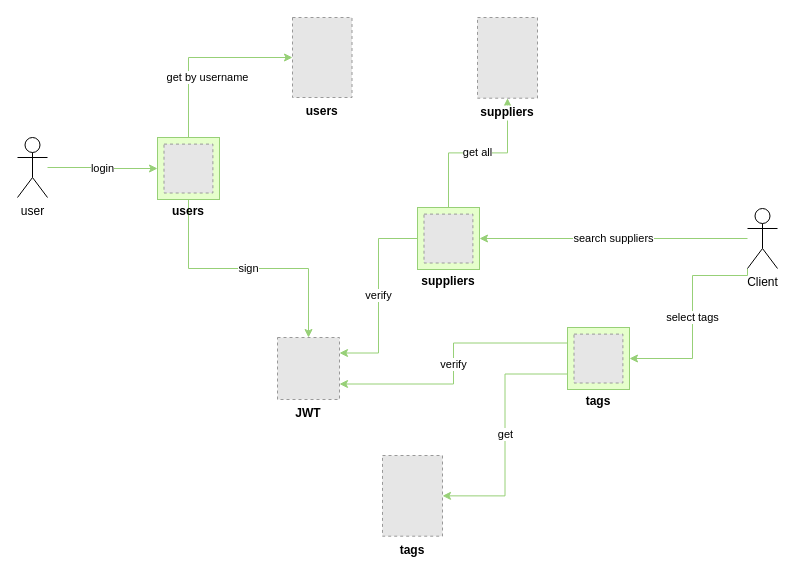
Arsilva91/nodejs_trabalho_final_puc keeps this draw.io diagram as doc/aquitetura_node_js.drawio. Above is the earlier version. Source tidied: cells renumbered, new cells numbered last; positions are measured from the earlier drawing's top-left corner, leaving out a move shared by most shapes. Both pictures are drawn from the tidied source at 100%, with x=0, y=0 at pixel (17, 17). Pictures stored in the file or linked from it are replaced by grey dashed boxes.
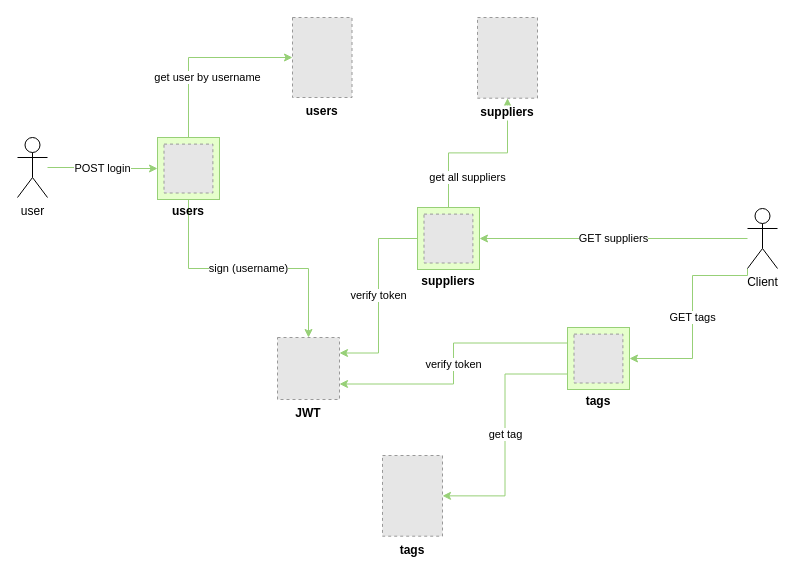
The same page after the edit.

Commit message (it also covers changes not shown here):
atualização no diagrama de arquitetura

Unchanged cells that the change refers to:
```xml
<mxCell id="3" value="user" style="shape=umlActor;verticalLabelPosition=bottom;verticalAlign=top;html=1;" parent="1" vertex="1">
  <mxGeometry y="120" width="30" height="60" as="geometry" />
</mxCell>
<mxCell id="4" value="JWT" style="fillColor=#E6E6E6;strokeColor=#999999;dashed=1;verticalLabelPosition=bottom;labelBackgroundColor=default;verticalAlign=top;fontStyle=1;" parent="1" vertex="1">
  <mxGeometry x="260" y="320" width="62" height="62" as="geometry" />
</mxCell>
<mxCell id="11" value="Client" style="shape=umlActor;verticalLabelPosition=bottom;verticalAlign=top;html=1;" parent="1" vertex="1">
  <mxGeometry x="730" y="191" width="30" height="60" as="geometry" />
</mxCell>
<mxCell id="14" value="users" style="fillColor=#E6E6E6;strokeColor=#999999;dashed=1;verticalLabelPosition=bottom;labelBackgroundColor=default;verticalAlign=top;fontStyle=1;" parent="1" vertex="1">
  <mxGeometry x="275" width="59.5" height="80" as="geometry" />
</mxCell>
<mxCell id="15" value="suppliers" style="fillColor=#E6E6E6;strokeColor=#999999;dashed=1;verticalLabelPosition=bottom;labelBackgroundColor=default;verticalAlign=top;fontStyle=1;" parent="1" vertex="1">
  <mxGeometry x="460" width="60" height="80.7" as="geometry" />
</mxCell>
<mxCell id="16" value="tags" style="fillColor=#E6E6E6;strokeColor=#999999;dashed=1;verticalLabelPosition=bottom;labelBackgroundColor=default;verticalAlign=top;fontStyle=1;" parent="1" vertex="1">
  <mxGeometry x="365" y="438" width="60" height="80.7" as="geometry" />
</mxCell>
<mxCell id="18" value="suppliers" style="whiteSpace=wrap;html=1;strokeWidth=1;fillColor=#E6FFCC;strokeColor=#97D077;spacingTop=0;verticalAlign=top;labelPosition=center;verticalLabelPosition=bottom;align=center;spacing=0;fontStyle=1;" parent="17" vertex="1">
  <mxGeometry width="62" height="62" as="geometry" />
</mxCell>
<mxCell id="21" value="users" style="whiteSpace=wrap;html=1;strokeWidth=1;fillColor=#E6FFCC;strokeColor=#97D077;spacingTop=0;verticalAlign=top;labelPosition=center;verticalLabelPosition=bottom;align=center;spacing=0;fontStyle=1;" parent="20" vertex="1">
  <mxGeometry width="62" height="62" as="geometry" />
</mxCell>
<mxCell id="24" value="tags" style="whiteSpace=wrap;html=1;strokeWidth=1;fillColor=#E6FFCC;strokeColor=#97D077;spacingTop=0;verticalAlign=top;labelPosition=center;verticalLabelPosition=bottom;align=center;spacing=0;fontStyle=1;" parent="23" vertex="1">
  <mxGeometry width="62" height="62" as="geometry" />
</mxCell>
```

The edit, as a diff of the source:
```diff
@@
-    <mxCell id="2" value="login" style="edgeStyle=orthogonalEdgeStyle;rounded=0;jettySize=auto;html=1;entryX=0;entryY=0.5;entryDx=0;entryDy=0;strokeColor=#97D077;" parent="1" edge="1" source="3" target="21">
+    <mxCell id="2" value="POST login" style="edgeStyle=orthogonalEdgeStyle;rounded=0;jettySize=auto;html=1;entryX=0;entryY=0.5;entryDx=0;entryDy=0;strokeColor=#97D077;" parent="1" edge="1" source="3" target="21">
       <mxGeometry relative="1" as="geometry" />
     </mxCell>
@@
-    <mxCell id="5" value="get by username" style="edgeStyle=orthogonalEdgeStyle;rounded=0;jettySize=auto;html=1;entryX=0;entryY=0.5;entryDx=0;entryDy=0;exitX=0.5;exitY=0;exitDx=0;exitDy=0;strokeColor=#97D077;" parent="1" edge="1" source="21" target="14">
+    <mxCell id="5" value="get user by username" style="edgeStyle=orthogonalEdgeStyle;rounded=0;jettySize=auto;html=1;entryX=0;entryY=0.5;entryDx=0;entryDy=0;exitX=0.5;exitY=0;exitDx=0;exitDy=0;strokeColor=#97D077;" parent="1" edge="1" source="21" target="14">
       <mxGeometry x="-0.35" y="-19" relative="1" as="geometry" />
     </mxCell>
-    <mxCell id="6" value="sign" style="edgeStyle=orthogonalEdgeStyle;rounded=0;jettySize=auto;html=1;exitX=0.5;exitY=1;exitDx=0;exitDy=0;entryX=0.5;entryY=0;entryDx=0;entryDy=0;strokeColor=#97D077;" parent="1" edge="1" source="21" target="4">
+    <mxCell id="6" value="sign (username)" style="edgeStyle=orthogonalEdgeStyle;rounded=0;jettySize=auto;html=1;exitX=0.5;exitY=1;exitDx=0;exitDy=0;entryX=0.5;entryY=0;entryDx=0;entryDy=0;strokeColor=#97D077;" parent="1" edge="1" source="21" target="4">
       <mxGeometry relative="1" as="geometry" />
     </mxCell>
-    <mxCell id="7" value="get all" style="edgeStyle=orthogonalEdgeStyle;rounded=0;jettySize=auto;html=1;exitX=0.5;exitY=0;exitDx=0;exitDy=0;entryX=0.5;entryY=1;entryDx=0;entryDy=0;strokeColor=#97D077;" parent="1" edge="1" source="18" target="15">
-      <mxGeometry relative="1" as="geometry" />
+    <mxCell id="7" value="get all suppliers" style="edgeStyle=orthogonalEdgeStyle;rounded=0;jettySize=auto;html=1;exitX=0.5;exitY=0;exitDx=0;exitDy=0;entryX=0.5;entryY=1;entryDx=0;entryDy=0;strokeColor=#97D077;" parent="1" edge="1" source="18" target="15">
+      <mxGeometry x="-0.64" y="-19" relative="1" as="geometry" />
     </mxCell>
-    <mxCell id="8" value="verify" style="edgeStyle=orthogonalEdgeStyle;rounded=0;jettySize=auto;html=1;exitX=0;exitY=0.5;exitDx=0;exitDy=0;entryX=1;entryY=0.25;entryDx=0;entryDy=0;strokeColor=#97D077;" parent="1" edge="1" source="18" target="4">
+    <mxCell id="8" value="verify token" style="edgeStyle=orthogonalEdgeStyle;rounded=0;jettySize=auto;html=1;exitX=0;exitY=0.5;exitDx=0;exitDy=0;entryX=1;entryY=0.25;entryDx=0;entryDy=0;strokeColor=#97D077;" parent="1" edge="1" source="18" target="4">
       <mxGeometry relative="1" as="geometry" />
     </mxCell>
-    <mxCell id="9" value="search suppliers" style="edgeStyle=orthogonalEdgeStyle;rounded=0;jettySize=auto;html=1;entryX=1;entryY=0.5;entryDx=0;entryDy=0;strokeColor=#97D077;" parent="1" edge="1" source="11" target="18">
+    <mxCell id="9" value="GET suppliers" style="edgeStyle=orthogonalEdgeStyle;rounded=0;jettySize=auto;html=1;entryX=1;entryY=0.5;entryDx=0;entryDy=0;strokeColor=#97D077;" parent="1" edge="1" source="11" target="18">
       <mxGeometry relative="1" as="geometry" />
     </mxCell>
-    <mxCell id="10" value="select tags" style="edgeStyle=orthogonalEdgeStyle;rounded=0;jettySize=auto;html=1;exitX=0;exitY=1;exitDx=0;exitDy=0;exitPerimeter=0;entryX=1;entryY=0.5;entryDx=0;entryDy=0;strokeColor=#97D077;" parent="1" edge="1" source="11" target="24">
+    <mxCell id="10" value="GET tags" style="edgeStyle=orthogonalEdgeStyle;rounded=0;jettySize=auto;html=1;exitX=0;exitY=1;exitDx=0;exitDy=0;exitPerimeter=0;entryX=1;entryY=0.5;entryDx=0;entryDy=0;strokeColor=#97D077;" parent="1" edge="1" source="11" target="24">
       <mxGeometry relative="1" as="geometry">
         <Array as="points">
           <mxPoint x="675" y="258" />
           <mxPoint x="675" y="341" />
         </Array>
       </mxGeometry>
     </mxCell>
@@
-    <mxCell id="12" value="get" style="edgeStyle=orthogonalEdgeStyle;rounded=0;jettySize=auto;html=1;exitX=0;exitY=0.75;exitDx=0;exitDy=0;entryX=1;entryY=0.5;entryDx=0;entryDy=0;strokeColor=#97D077;" parent="1" edge="1" source="24" target="16">
+    <mxCell id="12" value="get tag" style="edgeStyle=orthogonalEdgeStyle;rounded=0;jettySize=auto;html=1;exitX=0;exitY=0.75;exitDx=0;exitDy=0;entryX=1;entryY=0.5;entryDx=0;entryDy=0;strokeColor=#97D077;" parent="1" edge="1" source="24" target="16">
       <mxGeometry relative="1" as="geometry" />
     </mxCell>
-    <mxCell id="13" value="verify" style="edgeStyle=orthogonalEdgeStyle;rounded=0;jettySize=auto;html=1;exitX=0;exitY=0.25;exitDx=0;exitDy=0;entryX=1;entryY=0.75;entryDx=0;entryDy=0;strokeColor=#97D077;" parent="1" edge="1" source="24" target="4">
+    <mxCell id="13" value="verify token" style="edgeStyle=orthogonalEdgeStyle;rounded=0;jettySize=auto;html=1;exitX=0;exitY=0.25;exitDx=0;exitDy=0;entryX=1;entryY=0.75;entryDx=0;entryDy=0;strokeColor=#97D077;" parent="1" edge="1" source="24" target="4">
       <mxGeometry relative="1" as="geometry" />
     </mxCell>
```
